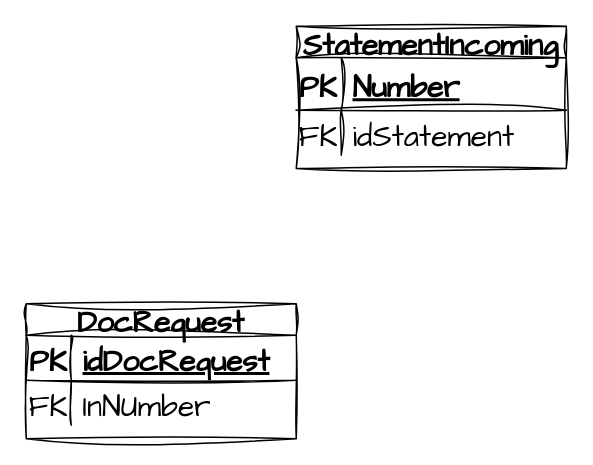
davyd0ff/so-line-grls keeps this draw.io diagram as Domain/CS.National/DB.drawio. Above is the earlier version. Source tidied: cells renumbered, new cells numbered last; positions are measured from the earlier drawing's top-left corner, leaving out a move shared by most shapes. Both pictures are drawn from the tidied source at 150%, with x=0, y=0 at pixel (26, 26).
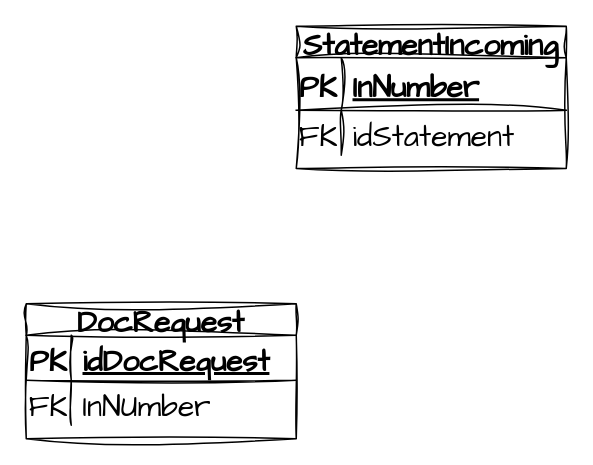
Above is the later version.

Diff of the diagram source:
```diff
@@
 <mxGraphModel>
   <root>
     <mxCell id="0" />
     <mxCell id="1" parent="0" />
     <mxCell id="2" value="DocRequest" style="shape=table;startSize=21;childLayout=tableLayout;rowLines=0;fontStyle=1;align=center;sketch=1;hachureGap=4;jiggle=2;curveFitting=1;fontFamily=Architects Daughter;fontSize=20;" parent="1" vertex="1">
       <mxGeometry y="185" width="180" height="90" as="geometry" />
     </mxCell>
     <mxCell id="3" style="shape=tableRow;horizontal=0;startSize=0;swimlaneHead=0;swimlaneBody=0;fillColor=none;top=0;left=0;right=0;bottom=1;sketch=1;hachureGap=4;jiggle=2;curveFitting=1;fontFamily=Architects Daughter;fontSize=20;" parent="2" vertex="1">
       <mxGeometry y="21" width="180" height="30" as="geometry" />
     </mxCell>
     <mxCell id="4" value="PK" style="shape=partialRectangle;fillColor=none;top=0;left=0;bottom=0;right=0;fontStyle=1;overflow=hidden;sketch=1;hachureGap=4;jiggle=2;curveFitting=1;fontFamily=Architects Daughter;fontSize=20;" parent="3" vertex="1">
       <mxGeometry width="30" height="30" as="geometry" />
     </mxCell>
     <mxCell id="5" value="idDocRequest" style="shape=partialRectangle;fillColor=none;top=0;left=0;bottom=0;right=0;align=left;spacingLeft=6;fontStyle=5;overflow=hidden;sketch=1;hachureGap=4;jiggle=2;curveFitting=1;fontFamily=Architects Daughter;fontSize=20;" parent="3" vertex="1">
       <mxGeometry x="30" width="150" height="30" as="geometry" />
     </mxCell>
     <mxCell id="6" style="shape=tableRow;horizontal=0;startSize=0;swimlaneHead=0;swimlaneBody=0;fillColor=none;top=0;left=0;right=0;bottom=0;sketch=1;hachureGap=4;jiggle=2;curveFitting=1;fontFamily=Architects Daughter;fontSize=20;" parent="2" vertex="1">
       <mxGeometry y="51" width="180" height="30" as="geometry" />
     </mxCell>
     <mxCell id="7" value="FK" style="shape=partialRectangle;fillColor=none;top=0;left=0;bottom=0;right=0;overflow=hidden;sketch=1;hachureGap=4;jiggle=2;curveFitting=1;fontFamily=Architects Daughter;fontSize=20;" parent="6" vertex="1">
       <mxGeometry width="30" height="30" as="geometry" />
     </mxCell>
     <mxCell id="8" value="InNUmber" style="shape=partialRectangle;fillColor=none;top=0;left=0;bottom=0;right=0;align=left;spacingLeft=6;overflow=hidden;sketch=1;hachureGap=4;jiggle=2;curveFitting=1;fontFamily=Architects Daughter;fontSize=20;" parent="6" vertex="1">
       <mxGeometry x="30" width="150" height="30" as="geometry" />
     </mxCell>
     <mxCell id="9" value="StatementIncoming" style="shape=table;startSize=21;childLayout=tableLayout;rowLines=0;fontStyle=1;align=center;sketch=1;hachureGap=4;jiggle=2;curveFitting=1;fontFamily=Architects Daughter;fontSize=20;" parent="1" vertex="1">
       <mxGeometry x="180" width="180" height="94.8" as="geometry" />
     </mxCell>
     <mxCell id="10" style="shape=tableRow;horizontal=0;startSize=0;swimlaneHead=0;swimlaneBody=0;fillColor=none;top=0;left=0;right=0;bottom=1;sketch=1;hachureGap=4;jiggle=2;curveFitting=1;fontFamily=Architects Daughter;fontSize=20;" parent="9" vertex="1">
       <mxGeometry y="21" width="180" height="35" as="geometry" />
     </mxCell>
     <mxCell id="11" value="PK" style="shape=partialRectangle;fillColor=none;top=0;left=0;bottom=0;right=0;fontStyle=1;overflow=hidden;sketch=1;hachureGap=4;jiggle=2;curveFitting=1;fontFamily=Architects Daughter;fontSize=20;" parent="10" vertex="1">
       <mxGeometry width="30" height="35" as="geometry" />
     </mxCell>
-    <mxCell id="12" value="Number" style="shape=partialRectangle;fillColor=none;top=0;left=0;bottom=0;right=0;align=left;spacingLeft=6;fontStyle=5;overflow=hidden;sketch=1;hachureGap=4;jiggle=2;curveFitting=1;fontFamily=Architects Daughter;fontSize=20;" parent="10" vertex="1">
+    <mxCell id="12" value="InNumber" style="shape=partialRectangle;fillColor=none;top=0;left=0;bottom=0;right=0;align=left;spacingLeft=6;fontStyle=5;overflow=hidden;sketch=1;hachureGap=4;jiggle=2;curveFitting=1;fontFamily=Architects Daughter;fontSize=20;" parent="10" vertex="1">
       <mxGeometry x="30" width="150" height="35" as="geometry" />
     </mxCell>
     <mxCell id="13" style="shape=tableRow;horizontal=0;startSize=0;swimlaneHead=0;swimlaneBody=0;fillColor=none;top=0;left=0;right=0;bottom=0;sketch=1;hachureGap=4;jiggle=2;curveFitting=1;fontFamily=Architects Daughter;fontSize=20;" parent="9" vertex="1">
       <mxGeometry y="56" width="180" height="30" as="geometry" />
     </mxCell>
     <mxCell id="14" value="FK" style="shape=partialRectangle;fillColor=none;top=0;left=0;bottom=0;right=0;overflow=hidden;sketch=1;hachureGap=4;jiggle=2;curveFitting=1;fontFamily=Architects Daughter;fontSize=20;" parent="13" vertex="1">
       <mxGeometry width="30" height="30" as="geometry" />
     </mxCell>
     <mxCell id="15" value="idStatement" style="shape=partialRectangle;fillColor=none;top=0;left=0;bottom=0;right=0;align=left;spacingLeft=6;overflow=hidden;sketch=1;hachureGap=4;jiggle=2;curveFitting=1;fontFamily=Architects Daughter;fontSize=20;" parent="13" vertex="1">
       <mxGeometry x="30" width="150" height="30" as="geometry" />
     </mxCell>
   </root>
 </mxGraphModel>
```
